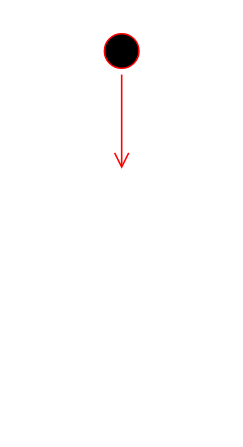
Above: page "Page-2" (2 of 3) of Untitled Diagram.drawio in sonha1/aaaa (draw.io), before the change. Source tidied: cells renumbered, new cells numbered last; positions are measured from the earlier drawing's top-left corner, leaving out a move shared by most shapes. Both pictures are drawn from the tidied source at 157%, with x=0, y=0 at pixel (97, 27).
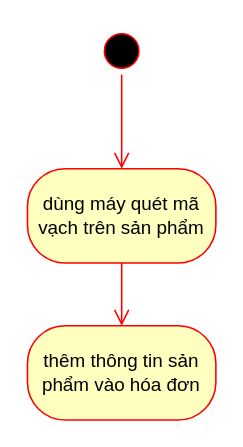
Above is the later version.

The edit, as a diff of the source:
```diff
@@
 <mxGraphModel>
   <root>
     <mxCell id="0" />
     <mxCell id="1" parent="0" />
     <mxCell id="2" style="ellipse;html=1;shape=startState;fillColor=#000000;strokeColor=#ff0000;" parent="1" vertex="1">
       <mxGeometry width="30" height="30" as="geometry" />
     </mxCell>
     <mxCell id="3" style="edgeStyle=orthogonalEdgeStyle;html=1;verticalAlign=bottom;endArrow=open;endSize=8;strokeColor=#ff0000;rounded=0;" parent="1" edge="1" source="2">
       <mxGeometry relative="1" as="geometry">
         <mxPoint x="15" y="90" as="targetPoint" />
       </mxGeometry>
     </mxCell>
+    <mxCell id="4" value="dùng máy quét mã vạch trên sản phẩm" style="rounded=1;whiteSpace=wrap;html=1;arcSize=40;fontColor=#000000;fillColor=#ffffc0;strokeColor=#ff0000;" parent="1" vertex="1">
+      <mxGeometry x="-45" y="90" width="120" height="60" as="geometry" />
+    </mxCell>
+    <mxCell id="5" style="edgeStyle=orthogonalEdgeStyle;html=1;verticalAlign=bottom;endArrow=open;endSize=8;strokeColor=#ff0000;rounded=0;" parent="1" edge="1" source="4">
+      <mxGeometry relative="1" as="geometry">
+        <mxPoint x="15" y="190" as="targetPoint" />
+      </mxGeometry>
+    </mxCell>
+    <mxCell id="6" value="thêm thông tin sản phẩm vào hóa đơn" style="rounded=1;whiteSpace=wrap;html=1;arcSize=40;fontColor=#000000;fillColor=#ffffc0;strokeColor=#ff0000;" parent="1" vertex="1">
+      <mxGeometry x="-45" y="190" width="120" height="60" as="geometry" />
+    </mxCell>
   </root>
 </mxGraphModel>
```
